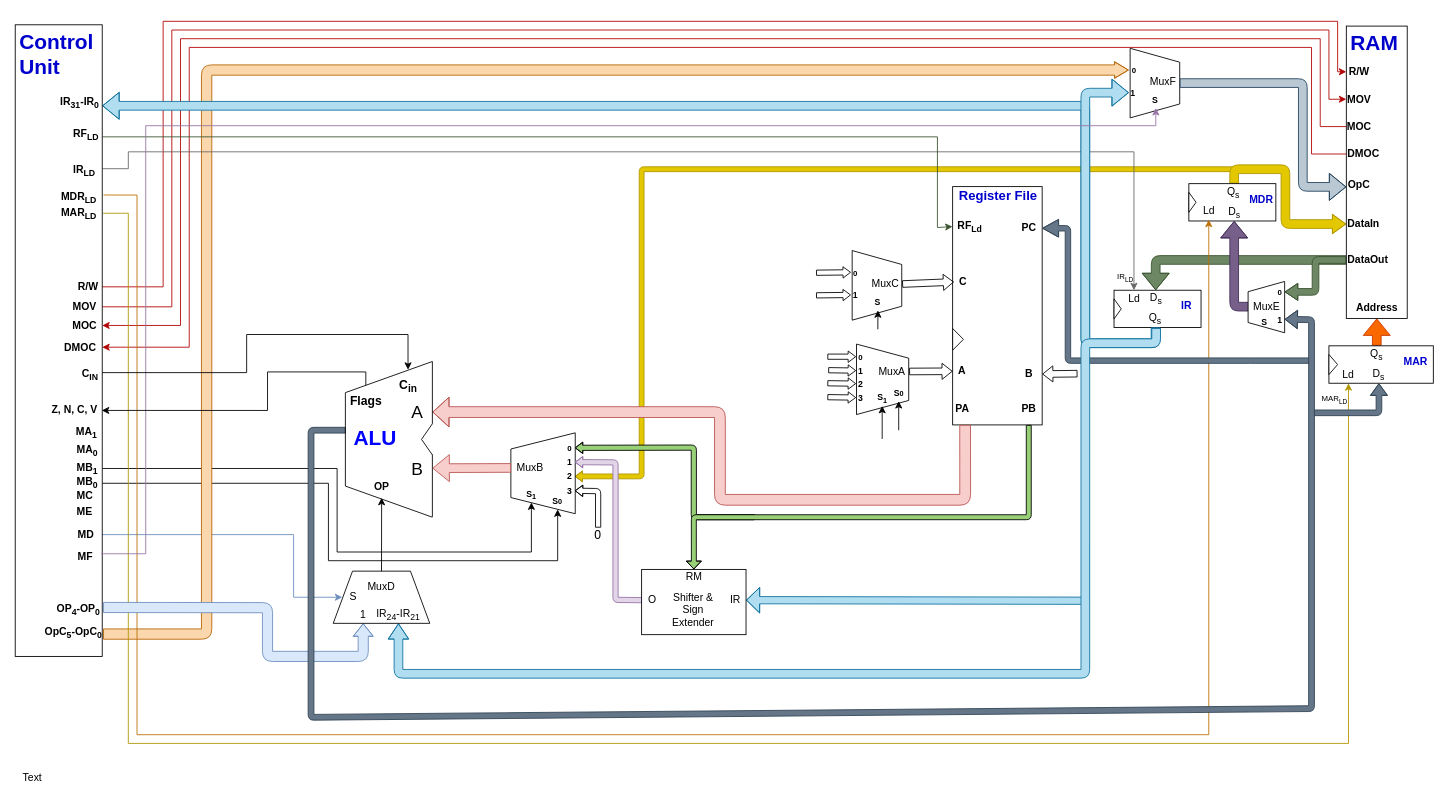
The draw.io diagram MIPS CPU Diagram.drawio in TheParodicts/MIPS_CPU_Diagram, before the edit. Source tidied: cells renumbered, new cells numbered last; positions are measured from the earlier drawing's top-left corner, leaving out a move shared by most shapes. Both pictures are drawn from the tidied source at 87%, with x=0, y=0 at pixel (15, 21).
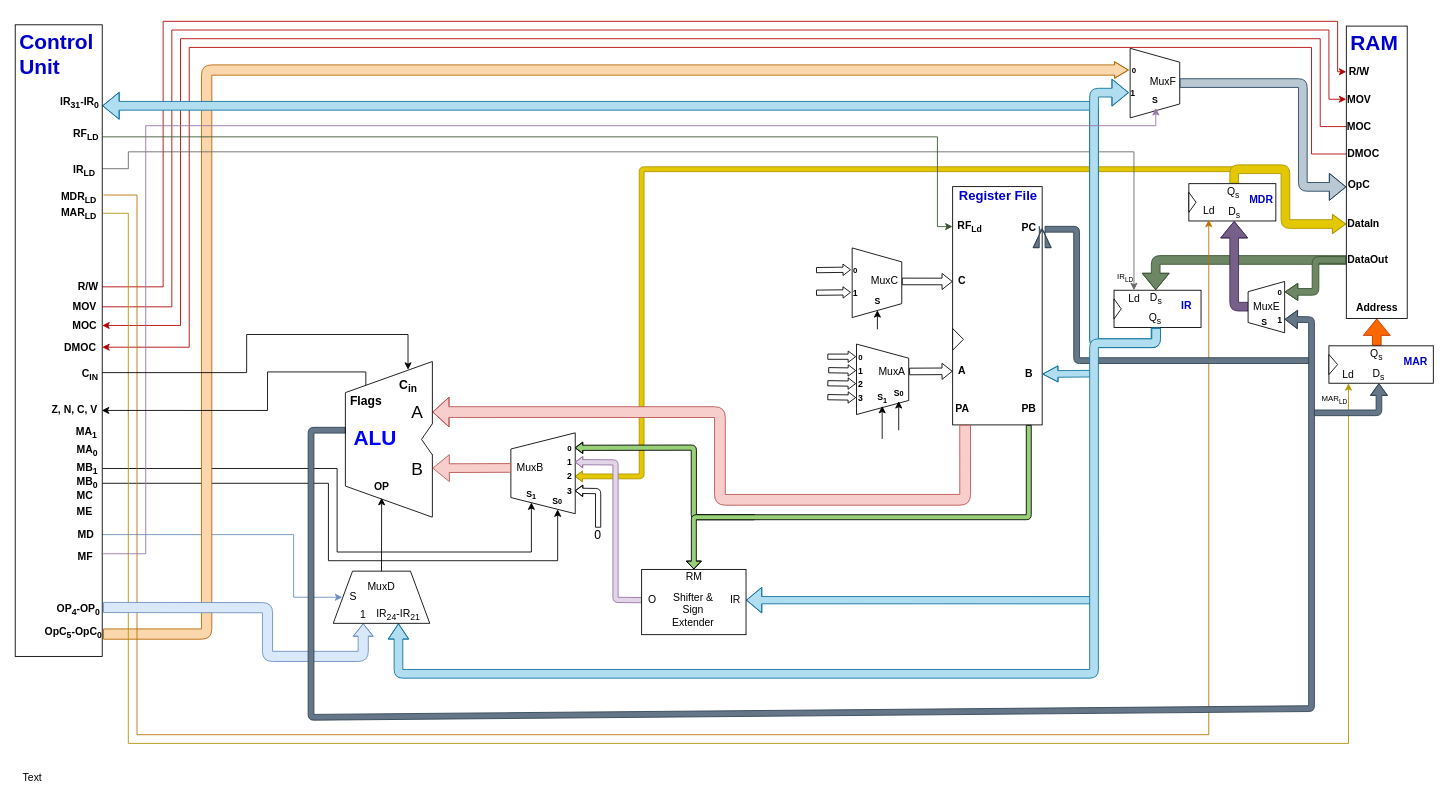
The same diagram, later.

The change refers to these unchanged cells:
```xml
<mxCell id="14" style="group;" parent="1" vertex="1">
  <mxGeometry x="1077.5" y="190" width="105" height="282" as="geometry" />
</mxCell>
<mxCell id="15" style="group;" parent="14" vertex="1">
  <mxGeometry width="105" height="282" as="geometry" />
</mxCell>
<mxCell id="18" value="&lt;b&gt;PC&lt;/b&gt;" style="text;html=1;strokeColor=none;fillColor=none;align=center;verticalAlign=middle;whiteSpace=wrap;rounded=0;" parent="15" vertex="1">
  <mxGeometry x="72" y="38.5" width="30.9" height="18.7" as="geometry" />
</mxCell>
<mxCell id="19" value="&lt;b&gt;RF&lt;sub&gt;Ld&lt;/sub&gt;&lt;/b&gt;" style="text;html=1;strokeColor=none;fillColor=none;align=center;verticalAlign=middle;whiteSpace=wrap;rounded=0;" parent="15" vertex="1">
  <mxGeometry x="-0.1" y="36.6" width="41.2" height="18.7" as="geometry" />
</mxCell>
<mxCell id="23" value="&lt;b&gt;B&lt;/b&gt;" style="text;html=1;strokeColor=none;fillColor=none;align=center;verticalAlign=middle;whiteSpace=wrap;rounded=0;" parent="15" vertex="1">
  <mxGeometry x="72.1" y="206.1" width="30.9" height="18.7" as="geometry" />
</mxCell>
<mxCell id="48" value="Q&lt;sub&gt;s&lt;/sub&gt;" style="text;html=1;strokeColor=none;fillColor=none;align=center;verticalAlign=middle;whiteSpace=wrap;rounded=0;" parent="45" vertex="1">
  <mxGeometry x="31.2" y="22.9" width="33.3" height="20" as="geometry" />
</mxCell>
<mxCell id="98" value="&lt;font size=&quot;1&quot;&gt;&lt;b&gt;1&lt;/b&gt;&lt;/font&gt;" style="text;html=1;strokeColor=none;fillColor=none;align=center;verticalAlign=middle;whiteSpace=wrap;rounded=0;" parent="95" vertex="1">
  <mxGeometry x="12.1" y="41" width="10.1" height="19" as="geometry" />
</mxCell>
<mxCell id="119" value="&lt;div style=&quot;text-align: right&quot;&gt;&lt;b&gt;IR&lt;sub&gt;31&lt;/sub&gt;-IR&lt;sub&gt;0&lt;/sub&gt;&lt;/b&gt;&lt;br&gt;&lt;/div&gt;" style="text;html=1;" parent="105" vertex="1">
  <mxGeometry x="50" y="75.2" width="50" height="35.8" as="geometry" />
</mxCell>
<mxCell id="120" value="&lt;div style=&quot;text-align: right&quot;&gt;&lt;b&gt;RF&lt;sub&gt;LD&lt;/sub&gt;&lt;/b&gt;&lt;br&gt;&lt;/div&gt;" style="text;html=1;" parent="105" vertex="1">
  <mxGeometry x="65" y="110.9" width="35" height="35.8" as="geometry" />
</mxCell>
<mxCell id="184" value="&lt;font style=&quot;font-size: 12px&quot;&gt;IR&lt;sub&gt;24&lt;/sub&gt;-IR&lt;sub&gt;21&lt;/sub&gt;&lt;/font&gt;" style="text;html=1;strokeColor=none;fillColor=none;align=center;verticalAlign=middle;whiteSpace=wrap;rounded=0;fontSize=12;fontColor=#000000;" parent="179" vertex="1">
  <mxGeometry x="44.5" y="40" width="61" height="20" as="geometry" />
</mxCell>
<mxCell id="200" value="IR" style="text;html=1;align=center;verticalAlign=middle;whiteSpace=wrap;rounded=0;fontSize=12;imageAspect=0;" parent="195" vertex="1">
  <mxGeometry x="95.7" y="28.9" width="24.3" height="12.9" as="geometry" />
</mxCell>
```

What changed in the source:
```diff
@@
-    <mxCell id="4" style="shape=flexArrow;endArrow=classic;html=1;shadow=0;strokeColor=#10739E;fontSize=10;fontColor=#000000;entryX=1;entryY=0.5;entryDx=0;entryDy=0;fillColor=#B1DDF0;anchorPointDirection=1;width=8.333333333333334;endSize=4.7250000000000005;" parent="1" edge="1" target="200">
+    <mxCell id="4" style="shape=flexArrow;endArrow=classic;html=1;strokeColor=#10739e;fontSize=11;fontColor=#000000;entryX=1;entryY=0.5;entryDx=0;entryDy=0;fillColor=#b1ddf0;anchorPointDirection=1;width=8.333333333333334;endSize=5.525714285714286;edgeStyle=orthogonalEdgeStyle;" parent="1" edge="1" target="200">
       <mxGeometry relative="1" as="geometry">
-        <mxPoint x="1230" y="600" as="sourcePoint" />
+        <mxPoint x="1240" y="590" as="sourcePoint" />
         <Array as="points">
-          <mxPoint x="1230" y="666" />
+          <mxPoint x="1240" y="600" />
+          <mxPoint x="1240" y="665" />
         </Array>
       </mxGeometry>
     </mxCell>
@@
-    <mxCell id="25" value="&lt;b&gt;C&lt;/b&gt;" style="text;html=1;strokeColor=none;fillColor=none;align=center;verticalAlign=middle;whiteSpace=wrap;rounded=0;" parent="14" vertex="1">
-      <mxGeometry x="1.5" y="97.1" width="20.6" height="24.9" as="geometry" />
+    <mxCell id="25" value="&lt;b&gt;C&lt;/b&gt;" style="text;html=1;strokeColor=none;fillColor=none;align=center;verticalAlign=middle;whiteSpace=wrap;rounded=0;" parent="15" vertex="1">
+      <mxGeometry y="96.6" width="20.6" height="24.9" as="geometry" />
     </mxCell>
@@
-    <mxCell id="43" style="shape=flexArrow;endArrow=classic;html=1;entryX=1;entryY=0.5;entryDx=0;entryDy=0;width=7.6;endSize=3.5655172413793106;endWidth=9.931034482758621;" parent="1" edge="1" target="23">
+    <mxCell id="43" style="shape=flexArrow;endArrow=classic;html=1;entryX=1;entryY=0.5;entryDx=0;entryDy=0;width=7.6;endSize=5.525714285714286;endWidth=9.931034482758621;fillColor=#b1ddf0;strokeColor=#10739e;" parent="1" edge="1" target="23">
       <mxGeometry relative="1" as="geometry">
-        <mxPoint x="1221" y="405" as="sourcePoint" />
+        <mxPoint x="1240" y="390" as="sourcePoint" />
+        <Array as="points">
+          <mxPoint x="1240" y="405" />
+        </Array>
       </mxGeometry>
     </mxCell>
@@
     <mxCell id="53" style="group;" parent="1" vertex="1">
-      <mxGeometry x="920.5" y="275" width="110" height="57.2" as="geometry" />
+      <mxGeometry x="920.5" y="272" width="110" height="60" as="geometry" />
     </mxCell>
     <mxCell id="54" style="group;" parent="53" vertex="1">
-      <mxGeometry x="30" width="80" height="57.2" as="geometry" />
+      <mxGeometry x="30" width="80" height="60" as="geometry" />
     </mxCell>
     <mxCell id="55" style="group;" parent="54" vertex="1">
-      <mxGeometry width="80" height="57.2" as="geometry" />
+      <mxGeometry width="80" height="60" as="geometry" />
     </mxCell>
@@
     <mxCell id="59" value="&lt;font size=&quot;1&quot;&gt;&lt;b&gt;S&lt;/b&gt;&lt;/font&gt;" style="text;html=1;strokeColor=none;fillColor=none;align=center;verticalAlign=middle;whiteSpace=wrap;rounded=0;" parent="55" vertex="1">
-      <mxGeometry x="27.4" y="38.2" width="27.4" height="19" as="geometry" />
+      <mxGeometry x="27" y="38" width="27" height="22" as="geometry" />
     </mxCell>
     <mxCell id="60" value="MuxC" style="text;html=1;strokeColor=none;fillColor=none;align=center;verticalAlign=middle;whiteSpace=wrap;rounded=0;" parent="55" vertex="1">
-      <mxGeometry x="30" y="17" width="39" height="20" as="geometry" />
+      <mxGeometry x="29.5" y="17" width="39" height="20" as="geometry" />
     </mxCell>
@@
     <mxCell id="63" style="shape=flexArrow;endArrow=classic;html=1;exitX=0.5;exitY=1;exitDx=0;exitDy=0;entryX=1;entryY=0.5;entryDx=0;entryDy=0;edgeStyle=orthogonalEdgeStyle;fillColor=#b1ddf0;strokeColor=#10739e;" parent="1" edge="1" source="48" target="119">
       <mxGeometry relative="1" as="geometry">
         <Array as="points">
           <mxPoint x="1311" y="370" />
-          <mxPoint x="1230" y="370" />
-          <mxPoint x="1230" y="97" />
+          <mxPoint x="1240" y="370" />
+          <mxPoint x="1240" y="97" />
         </Array>
       </mxGeometry>
     </mxCell>
@@
     <mxCell id="78" style="endArrow=classic;html=1;exitX=1;exitY=0.5;exitDx=0;exitDy=0;edgeStyle=orthogonalEdgeStyle;rounded=0;fillColor=#6d8764;strokeColor=#3A5431;entryX=0;entryY=0.5;entryDx=0;entryDy=0;" parent="1" edge="1" source="120" target="19">
       <mxGeometry relative="1" as="geometry">
         <Array as="points">
           <mxPoint x="1060" y="133" />
-          <mxPoint x="1060" y="237" />
-          <mxPoint x="1077" y="237" />
+          <mxPoint x="1060" y="236" />
         </Array>
       </mxGeometry>
     </mxCell>
     <mxCell id="79" style="endArrow=classic;html=1;entryX=0.5;entryY=1;entryDx=0;entryDy=0;" parent="1" edge="1" target="59">
       <mxGeometry relative="1" as="geometry">
-        <mxPoint x="991.5" y="354" as="sourcePoint" />
+        <mxPoint x="991" y="354" as="sourcePoint" />
       </mxGeometry>
     </mxCell>
@@
     <mxCell id="94" style="shape=flexArrow;endArrow=classic;html=1;exitX=0.5;exitY=1;exitDx=0;exitDy=0;entryX=0;entryY=0.5;entryDx=0;entryDy=0;edgeStyle=orthogonalEdgeStyle;fillColor=#b1ddf0;strokeColor=#10739e;" parent="1" edge="1" source="48" target="98">
       <mxGeometry relative="1" as="geometry">
         <Array as="points">
           <mxPoint x="1311" y="370" />
-          <mxPoint x="1230" y="370" />
-          <mxPoint x="1230" y="82" />
+          <mxPoint x="1240" y="370" />
+          <mxPoint x="1240" y="82" />
         </Array>
       </mxGeometry>
     </mxCell>
@@
-    <mxCell id="149" style="shape=flexArrow;endArrow=none;startArrow=block;html=1;exitX=1;exitY=0.5;exitDx=0;exitDy=0;edgeStyle=orthogonalEdgeStyle;fillColor=#647687;strokeColor=#314354;startWidth=13.023255813953488;endWidth=13.023255813953488;startSize=5.78139534883721;endSize=3.9209302325581397;width=6.279069767441861;startFill=0;endFill=0;" parent="1" edge="1" source="18">
+    <mxCell id="149" style="shape=flexArrow;endArrow=none;startArrow=block;html=1;exitX=1;exitY=0.5;exitDx=0;exitDy=0;edgeStyle=orthogonalEdgeStyle;fillColor=#647687;strokeColor=#314354;startWidth=13.023255813953488;endWidth=13.023255813953488;startSize=6.941666666666667;endSize=3.9209302325581397;width=6.666666666666667;startFill=0;endFill=0;" parent="1" edge="1" source="18">
       <mxGeometry relative="1" as="geometry">
         <mxPoint x="1490" y="390" as="targetPoint" />
         <Array as="points">
-          <mxPoint x="1210" y="238" />
-          <mxPoint x="1210" y="390" />
-          <mxPoint x="1420" y="390" />
+          <mxPoint x="1180" y="239" />
+          <mxPoint x="1220" y="239" />
+          <mxPoint x="1220" y="390" />
         </Array>
       </mxGeometry>
     </mxCell>
@@
     <mxCell id="160" style="shape=flexArrow;endArrow=classic;html=1;exitX=0.5;exitY=1;exitDx=0;exitDy=0;edgeStyle=orthogonalEdgeStyle;fillColor=#b1ddf0;strokeColor=#10739e;endWidth=12.571428571428571;endSize=5.525714285714286;entryX=0.5;entryY=1;entryDx=0;entryDy=0;" parent="1" edge="1" target="184">
       <mxGeometry relative="1" as="geometry">
         <mxPoint x="1311.4" y="352.6" as="sourcePoint" />
         <Array as="points">
           <mxPoint x="1311" y="370" />
-          <mxPoint x="1230" y="370" />
-          <mxPoint x="1230" y="750" />
+          <mxPoint x="1240" y="370" />
+          <mxPoint x="1240" y="750" />
           <mxPoint x="440" y="750" />
         </Array>
       </mxGeometry>
     </mxCell>
```
